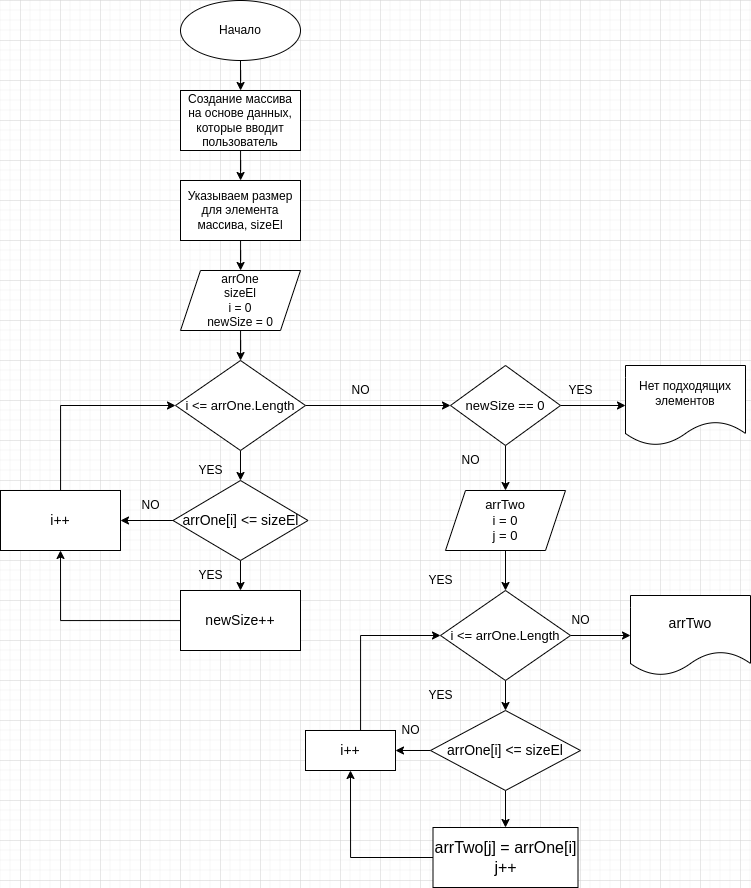
Above: BlokTask.png in Veraldgn/FinalTask (draw.io), before the change. Source tidied: cells renumbered, new cells last; positions are measured from the earlier drawing's top-left corner, leaving out a move shared by most shapes.
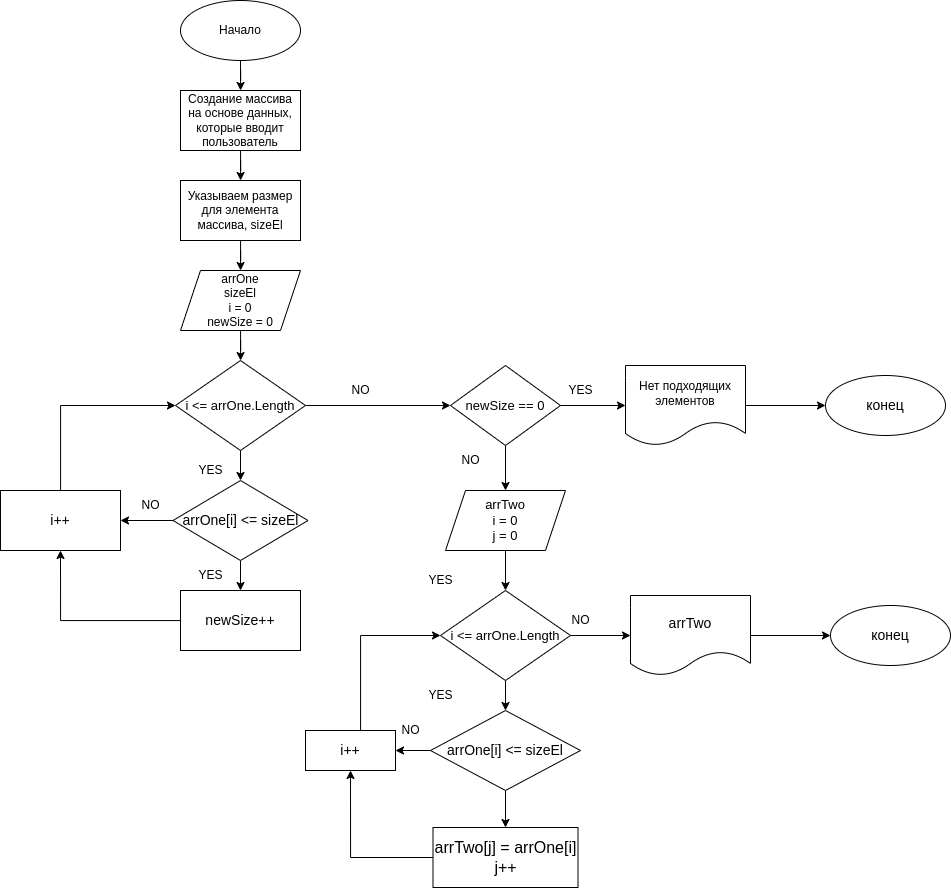
After the change.

Commit message:
исправила ошибку в блоксхеме

Diff of the diagram source:
```diff
@@ -127,12 +127,18 @@
     <mxCell id="40" value="NO" style="text;html=1;align=center;verticalAlign=middle;strokeColor=none;fillColor=none;" parent="1" vertex="1">
       <mxGeometry x="390" y="715" width="40" height="30" as="geometry" />
     </mxCell>
+    <mxCell id="47" style="edgeStyle=none;rounded=0;jettySize=auto;html=1;fontSize=16;" parent="1" edge="1" source="41" target="50">
+      <mxGeometry relative="1" as="geometry" />
+    </mxCell>
     <mxCell id="41" value="&lt;font style=&quot;font-size: 14px;&quot;&gt;arrTwo&lt;/font&gt;" style="shape=document;whiteSpace=wrap;html=1;boundedLbl=1;" parent="1" vertex="1">
       <mxGeometry x="630" y="595" width="120" height="80" as="geometry" />
     </mxCell>
     <mxCell id="42" value="NO" style="text;html=1;align=center;verticalAlign=middle;strokeColor=none;fillColor=none;" parent="1" vertex="1">
       <mxGeometry x="560" y="605" width="40" height="30" as="geometry" />
     </mxCell>
+    <mxCell id="48" style="edgeStyle=none;rounded=0;jettySize=auto;html=1;fontSize=16;" parent="1" edge="1" source="43" target="49">
+      <mxGeometry relative="1" as="geometry" />
+    </mxCell>
     <mxCell id="43" value="Нет подходящих элементов" style="shape=document;whiteSpace=wrap;html=1;boundedLbl=1;" parent="1" vertex="1">
       <mxGeometry x="625" y="365" width="120" height="80" as="geometry" />
     </mxCell>
@@ -145,5 +151,11 @@
     <mxCell id="46" value="NO" style="text;html=1;align=center;verticalAlign=middle;strokeColor=none;fillColor=none;" parent="1" vertex="1">
       <mxGeometry x="450" y="445" width="40" height="30" as="geometry" />
     </mxCell>
+    <mxCell id="49" value="&lt;font style=&quot;font-size: 14px;&quot;&gt;конец&lt;/font&gt;" style="ellipse;whiteSpace=wrap;html=1;" parent="1" vertex="1">
+      <mxGeometry x="825" y="375" width="120" height="60" as="geometry" />
+    </mxCell>
+    <mxCell id="50" value="&lt;font style=&quot;font-size: 14px;&quot;&gt;конец&lt;/font&gt;" style="ellipse;whiteSpace=wrap;html=1;" parent="1" vertex="1">
+      <mxGeometry x="830" y="605" width="120" height="60" as="geometry" />
+    </mxCell>
   </root>
 </mxGraphModel>
```
